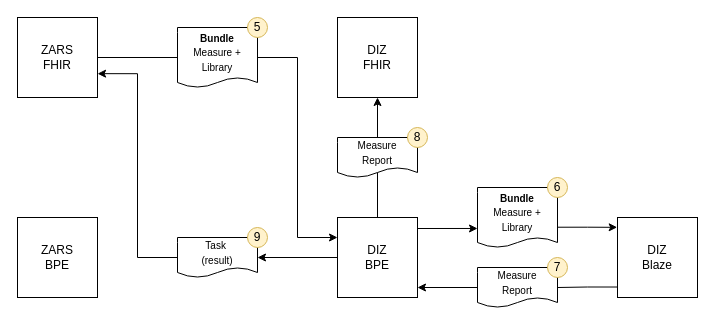
Before: mii-process-feasibility/docs/feasibility-process-03.drawio in medizininformatik-initiative/mii-process-feasibility, a draw.io diagram. Source tidied: cells renumbered, new cells numbered last; positions are measured from the earlier drawing's top-left corner, leaving out a move shared by most shapes. Both pictures are drawn from the tidied source at 100%, with x=0, y=0 at pixel (17, 17).
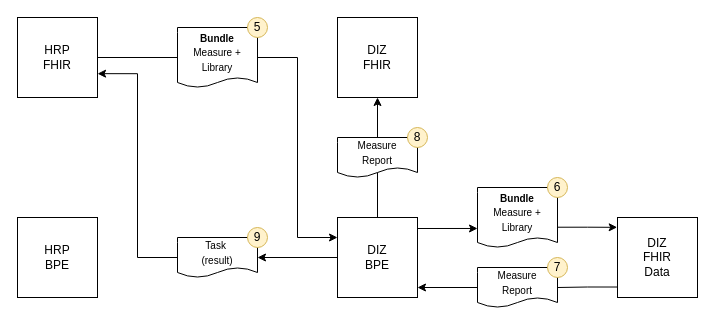
Above is the later version.

Commit message (it also covers changes not shown here):
Replace ZARS by HRP

Diff of the diagram source:
```diff
@@
-    <mxCell id="3" value="ZARS&lt;br&gt;FHIR" style="whiteSpace=wrap;html=1;" parent="1" vertex="1">
+    <mxCell id="3" value="HRP&lt;br&gt;FHIR" style="whiteSpace=wrap;html=1;" parent="1" vertex="1">
       <mxGeometry width="80" height="80" as="geometry" />
     </mxCell>
-    <mxCell id="4" value="ZARS&lt;br&gt;BPE" style="whiteSpace=wrap;html=1;" parent="1" vertex="1">
+    <mxCell id="4" value="HRP&lt;br&gt;BPE" style="whiteSpace=wrap;html=1;" parent="1" vertex="1">
       <mxGeometry y="200" width="80" height="80" as="geometry" />
     </mxCell>
@@
-    <mxCell id="14" value="DIZ&lt;br&gt;Blaze" style="whiteSpace=wrap;html=1;" parent="1" vertex="1">
+    <mxCell id="14" value="DIZ&lt;br&gt;FHIR&lt;br&gt;Data" style="whiteSpace=wrap;html=1;" parent="1" vertex="1">
       <mxGeometry x="600" y="200" width="80" height="80" as="geometry" />
     </mxCell>
```
